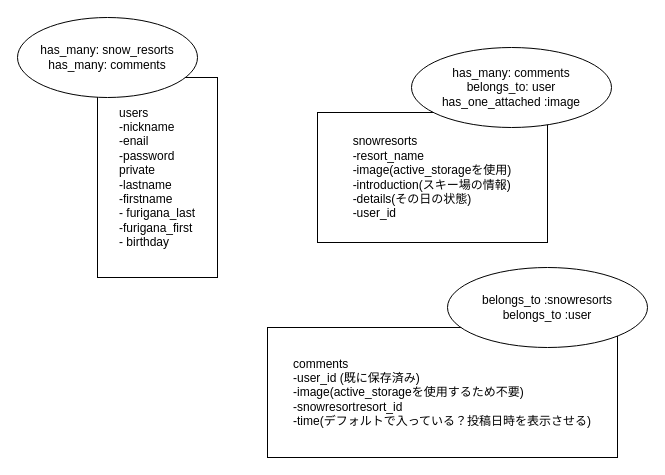
Earlier version of the draw.io diagram snowresort.dio (okan08/snowresort_app). Source tidied: cells renumbered, new cells numbered last; positions are measured from the earlier drawing's top-left corner, leaving out a move shared by most shapes. Both pictures are drawn from the tidied source at 100%, with x=0, y=0 at pixel (17, 17).
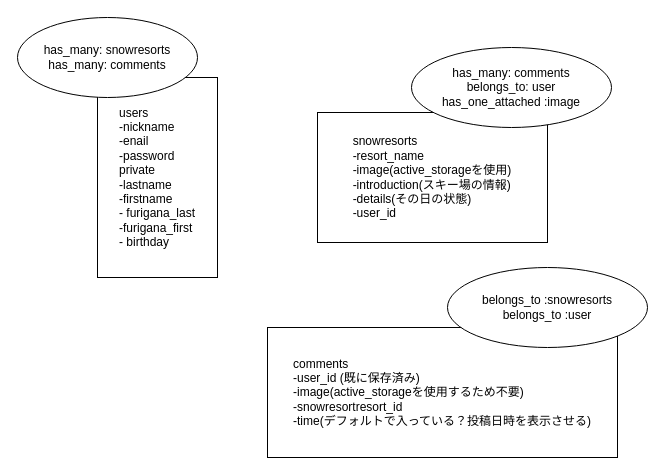
Above is the later version.

The edit, as a diff of the source:
```diff
@@
 <mxGraphModel>
   <root>
     <mxCell id="0" />
     <mxCell id="1" parent="0" />
     <mxCell id="2" value="&lt;div style=&quot;text-align: left&quot;&gt;users&lt;/div&gt;&lt;div style=&quot;text-align: left&quot;&gt;-nickname&lt;/div&gt;&lt;div style=&quot;text-align: left&quot;&gt;-enail&lt;/div&gt;&lt;div style=&quot;text-align: left&quot;&gt;-password&lt;/div&gt;&lt;div style=&quot;text-align: left&quot;&gt;private&lt;/div&gt;&lt;div style=&quot;text-align: left&quot;&gt;-lastname&lt;/div&gt;&lt;div style=&quot;text-align: left&quot;&gt;-firstname&lt;/div&gt;&lt;div style=&quot;text-align: left&quot;&gt;&lt;div style=&quot;text-align: justify&quot;&gt;- furigana_last&lt;/div&gt;&lt;div style=&quot;text-align: justify&quot;&gt;-furigana_first&lt;/div&gt;&lt;div style=&quot;text-align: justify&quot;&gt;- birthday&lt;/div&gt;&lt;/div&gt;" style="whiteSpace=wrap;html=1;" parent="1" vertex="1">
       <mxGeometry x="80" y="60" width="120" height="200" as="geometry" />
     </mxCell>
-    <mxCell id="3" value="&lt;span&gt;has_many: snow_resorts&lt;/span&gt;&lt;br&gt;&lt;span&gt;has_many: comments&lt;/span&gt;" style="ellipse;whiteSpace=wrap;html=1;" parent="1" vertex="1">
+    <mxCell id="3" value="&lt;span&gt;has_many: snowresorts&lt;/span&gt;&lt;br&gt;&lt;span&gt;has_many: comments&lt;/span&gt;" style="ellipse;whiteSpace=wrap;html=1;" parent="1" vertex="1">
       <mxGeometry width="180" height="80" as="geometry" />
     </mxCell>
     <mxCell id="4" value="&lt;div style=&quot;text-align: justify&quot;&gt;&lt;span style=&quot;text-align: left&quot;&gt;snow&lt;/span&gt;&lt;span style=&quot;text-align: left&quot;&gt;resorts&lt;/span&gt;&lt;/div&gt;&lt;span style=&quot;text-align: left&quot;&gt;&lt;div style=&quot;text-align: justify&quot;&gt;&lt;span&gt;-resort_name&lt;/span&gt;&lt;/div&gt;&lt;/span&gt;&lt;span style=&quot;text-align: left&quot;&gt;&lt;div style=&quot;text-align: justify&quot;&gt;&lt;span&gt;-image(active_storageを使用)&lt;/span&gt;&lt;/div&gt;&lt;/span&gt;&lt;span style=&quot;text-align: left&quot;&gt;&lt;div style=&quot;text-align: justify&quot;&gt;&lt;span&gt;-introduction(スキー場の情報)&lt;/span&gt;&lt;/div&gt;&lt;div style=&quot;text-align: justify&quot;&gt;&lt;span&gt;-details(その日の状態)&lt;/span&gt;&lt;/div&gt;&lt;/span&gt;&lt;span style=&quot;text-align: left&quot;&gt;&lt;div style=&quot;text-align: justify&quot;&gt;&lt;span&gt;-user_id&lt;/span&gt;&lt;/div&gt;&lt;/span&gt;" style="whiteSpace=wrap;html=1;" parent="1" vertex="1">
       <mxGeometry x="300" y="95" width="230" height="130" as="geometry" />
     </mxCell>
     <mxCell id="5" value="&lt;span style=&quot;text-align: left&quot;&gt;has_many: comments&lt;/span&gt;&lt;br style=&quot;text-align: left&quot;&gt;&lt;span style=&quot;text-align: left&quot;&gt;belongs_to: user&lt;br&gt;has_one_attached :image&lt;br&gt;&lt;/span&gt;" style="ellipse;whiteSpace=wrap;html=1;" parent="1" vertex="1">
       <mxGeometry x="394" y="30" width="200" height="80" as="geometry" />
     </mxCell>
     <mxCell id="6" value="&lt;div style=&quot;text-align: justify&quot;&gt;&lt;span style=&quot;font-family: &amp;#34;helvetica&amp;#34; ; text-align: left&quot;&gt;comments&lt;/span&gt;&lt;/div&gt;&lt;span style=&quot;text-align: left ; font-family: &amp;#34;helvetica&amp;#34;&quot;&gt;&lt;div style=&quot;text-align: justify&quot;&gt;&lt;span&gt;-user_id (既に保存済み)&lt;/span&gt;&lt;/div&gt;&lt;/span&gt;&lt;span style=&quot;text-align: left ; font-family: &amp;#34;helvetica&amp;#34;&quot;&gt;&lt;div style=&quot;text-align: justify&quot;&gt;&lt;span&gt;-image&lt;/span&gt;&lt;span&gt;(active_storageを使用するため不要)&lt;/span&gt;&lt;/div&gt;&lt;/span&gt;&lt;span style=&quot;text-align: left ; font-family: &amp;#34;helvetica&amp;#34;&quot;&gt;&lt;div style=&quot;text-align: justify&quot;&gt;&lt;span&gt;-snowresortresort_id&lt;/span&gt;&lt;/div&gt;&lt;div style=&quot;text-align: justify&quot;&gt;&lt;span&gt;-time(デフォルトで入っている？投稿日時を表示させる)&lt;/span&gt;&lt;/div&gt;&lt;/span&gt;" style="whiteSpace=wrap;html=1;" parent="1" vertex="1">
       <mxGeometry x="250" y="310" width="350" height="130" as="geometry" />
     </mxCell>
     <mxCell id="7" value="&lt;span style=&quot;text-align: left&quot;&gt;belongs_to :snowresorts&lt;/span&gt;&lt;br style=&quot;text-align: left&quot;&gt;&lt;span style=&quot;text-align: left&quot;&gt;belongs_to :user&lt;/span&gt;" style="ellipse;whiteSpace=wrap;html=1;" parent="1" vertex="1">
       <mxGeometry x="430" y="250" width="200" height="80" as="geometry" />
     </mxCell>
   </root>
 </mxGraphModel>
```
